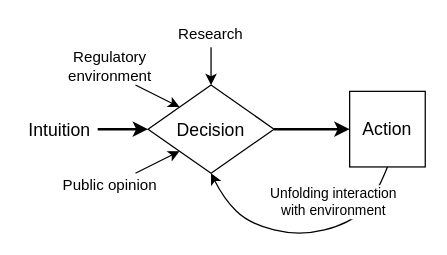
Before: dfds/OODA-muddling.drawio in kkredit/confronting-wicked-crypto, a draw.io diagram. Source tidied: cells renumbered, new cells numbered last; positions are measured from the earlier drawing's top-left corner, leaving out a move shared by most shapes. Both pictures are drawn from the tidied source at 126%, with x=0, y=0 at pixel (21, 21).
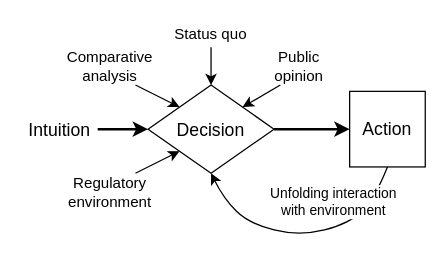
The same page after the edit.

Unchanged cells that the change refers to:
```xml
<mxCell id="3" value="&lt;font style=&quot;font-size: 14px&quot;&gt;Decision&lt;/font&gt;" style="rhombus;whiteSpace=wrap;html=1;fontSize=16;" parent="1" vertex="1">
  <mxGeometry x="100" y="50" width="100" height="70" as="geometry" />
</mxCell>
```

What changed in the source:
```diff
@@
-    <mxCell id="6" value="Research" style="text;html=1;strokeColor=none;fillColor=none;align=center;verticalAlign=middle;whiteSpace=wrap;rounded=0;fontSize=12;" parent="1" vertex="1">
+    <mxCell id="6" value="Status quo" style="text;html=1;strokeColor=none;fillColor=none;align=center;verticalAlign=middle;whiteSpace=wrap;rounded=0;fontSize=12;" parent="1" vertex="1">
       <mxGeometry x="110" width="80" height="20" as="geometry" />
     </mxCell>
-    <mxCell id="7" value="Regulatory environment" style="text;html=1;strokeColor=none;fillColor=none;align=center;verticalAlign=middle;whiteSpace=wrap;rounded=0;fontSize=12;" parent="1" vertex="1">
+    <mxCell id="7" value="Comparative analysis" style="text;html=1;strokeColor=none;fillColor=none;align=center;verticalAlign=middle;whiteSpace=wrap;rounded=0;fontSize=12;" parent="1" vertex="1">
       <mxGeometry x="30" y="20" width="80" height="30" as="geometry" />
     </mxCell>
     <mxCell id="8" value="Public opinion" style="text;html=1;strokeColor=none;fillColor=none;align=center;verticalAlign=middle;whiteSpace=wrap;rounded=0;fontSize=12;" parent="1" vertex="1">
-      <mxGeometry x="30" y="120" width="80" height="20" as="geometry" />
+      <mxGeometry x="190" y="20" width="60" height="30" as="geometry" />
     </mxCell>
-    <mxCell id="9" style="endArrow=classic;html=1;strokeWidth=1;fontSize=12;exitX=0.75;exitY=0;exitDx=0;exitDy=0;entryX=0;entryY=1;entryDx=0;entryDy=0;" parent="1" edge="1" source="8" target="3">
+    <mxCell id="9" style="endArrow=classic;html=1;strokeWidth=1;fontSize=12;exitX=0.25;exitY=1;exitDx=0;exitDy=0;entryX=1;entryY=0;entryDx=0;entryDy=0;" parent="1" edge="1" source="8" target="3">
       <mxGeometry relative="1" as="geometry" />
     </mxCell>
@@
+    <mxCell id="15" value="Regulatory environment" style="text;html=1;strokeColor=none;fillColor=none;align=center;verticalAlign=middle;whiteSpace=wrap;rounded=0;fontSize=12;" parent="1" vertex="1">
+      <mxGeometry x="30" y="120" width="80" height="30" as="geometry" />
+    </mxCell>
+    <mxCell id="16" style="endArrow=classic;html=1;exitX=0.75;exitY=0;exitDx=0;exitDy=0;entryX=0;entryY=1;entryDx=0;entryDy=0;" parent="1" edge="1" source="15" target="3">
+      <mxGeometry relative="1" as="geometry" />
+    </mxCell>
```
